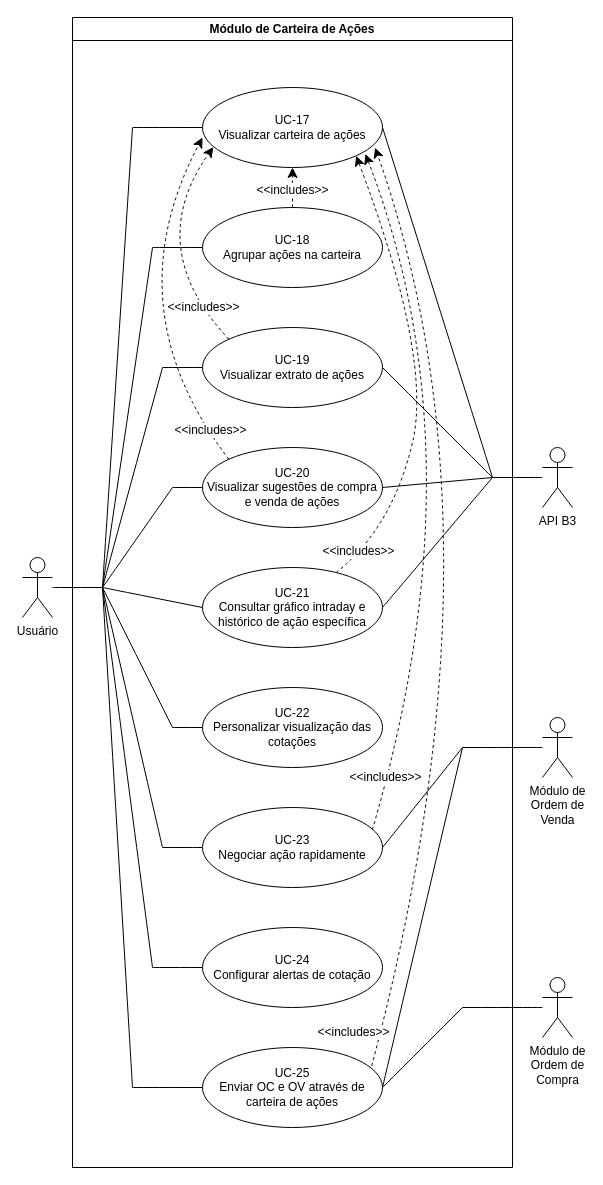
This is diagramas_casos_de_uso/uc_carteira_acoes.drawio from gb-cs-rt/home_broker, a draw.io file, before an edit. Source tidied: cells renumbered, new cells numbered last; positions are measured from the earlier drawing's top-left corner, leaving out a move shared by most shapes. Both pictures are drawn from the tidied source at 100%, with x=0, y=0 at pixel (22, 17).
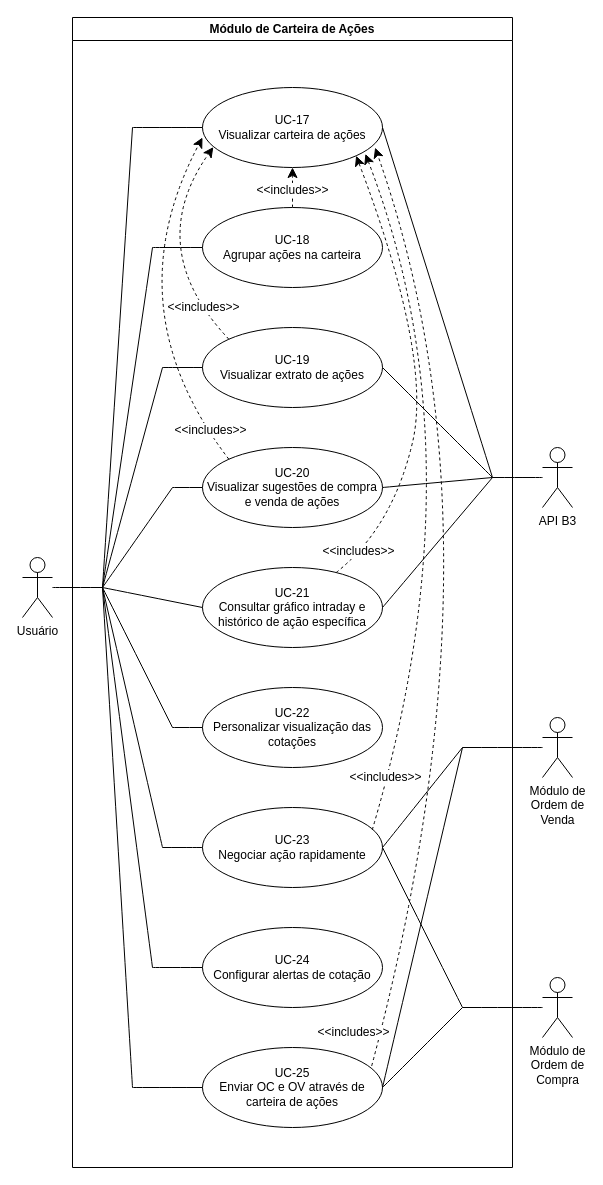
Above is the later version.

Commit message (it also covers changes not shown here):
updated uc carteira de acoes

Diff of the diagram source:
```diff
@@
+    <mxCell id="56" style="endArrow=none;html=1;rounded=0;fontSize=12;startSize=8;endSize=8;curved=1;" parent="1" edge="1">
+      <mxGeometry relative="1" as="geometry">
+        <mxPoint x="440" y="990" as="sourcePoint" />
+        <mxPoint x="360" y="830" as="targetPoint" />
+      </mxGeometry>
+    </mxCell>
```
